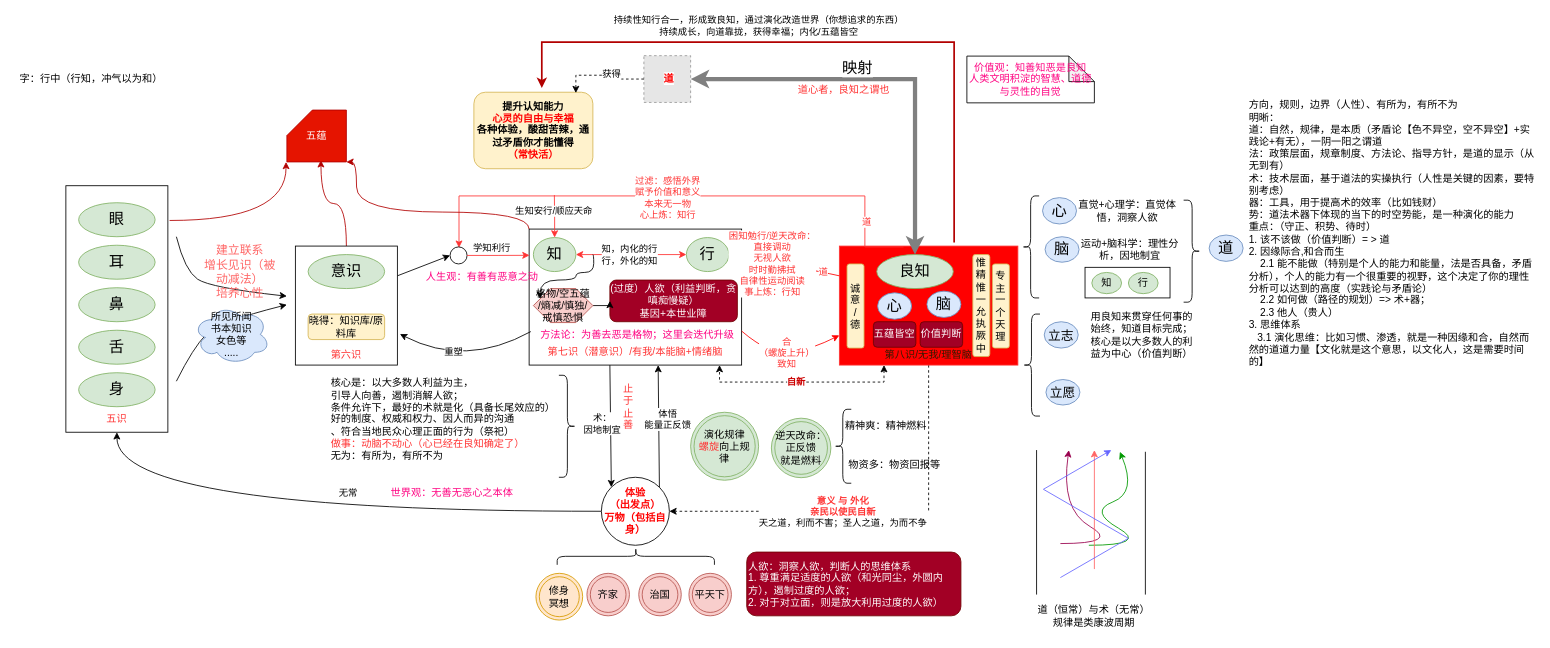
This is page "良知" (1 of 2) of xinxue.drawio from kason-huang/DrawIO, a draw.io file, before an edit. Source tidied: cells renumbered, new cells numbered last; positions are measured from the earlier drawing's top-left corner, leaving out a move shared by most shapes. Both pictures are drawn from the tidied source at 85%, with x=0, y=0 at pixel (14, 42). Pictures stored in the file or linked from it are replaced by grey dashed boxes.
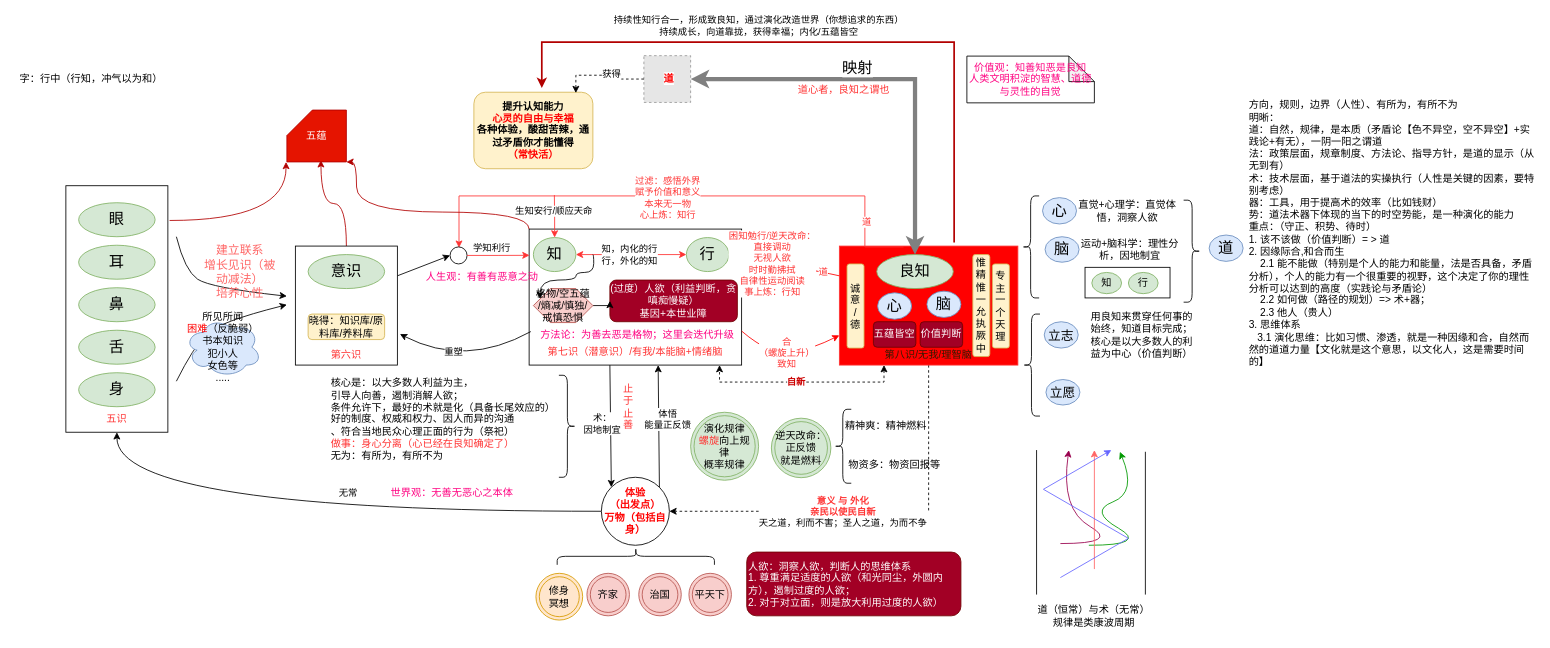
After the change.

Diff of the diagram source:
```diff
@@
-    <mxCell id="24" value="晓得：知识库/原料库" style="rounded=1;whiteSpace=wrap;html=1;fillColor=#fff2cc;strokeColor=#d6b656;" parent="1" vertex="1">
+    <mxCell id="24" value="晓得：知识库/原料库/养料库" style="rounded=1;whiteSpace=wrap;html=1;fillColor=#fff2cc;strokeColor=#d6b656;" parent="1" vertex="1">
       <mxGeometry x="345" y="320" width="90" height="30" as="geometry" />
     </mxCell>
@@
-    <mxCell id="45" value="所见所闻&lt;br&gt;书本知识&lt;br&gt;女色等&lt;br&gt;....." style="ellipse;shape=cloud;whiteSpace=wrap;html=1;fillColor=#dae8fc;strokeColor=#6c8ebf;" parent="1" vertex="1">
-      <mxGeometry x="210" y="309" width="90" height="70" as="geometry" />
+    <mxCell id="45" value="所见所闻&lt;br&gt;&lt;font color=&quot;#ff0000&quot;&gt;困难&lt;/font&gt;（反脆弱）&lt;br&gt;&lt;div&gt;书本知识&lt;br&gt;犯小人&lt;/div&gt;&lt;div&gt;女色等&lt;br&gt;.....&lt;/div&gt;" style="ellipse;shape=cloud;whiteSpace=wrap;html=1;fillColor=#dae8fc;strokeColor=#6c8ebf;" parent="1" vertex="1">
+      <mxGeometry x="200" y="324" width="90" height="70" as="geometry" />
     </mxCell>
@@
-    <mxCell id="77" value="核心是：以大多数人利益为主，&lt;br&gt;引导人向善，遏制消解人欲；&lt;br&gt;条件允许下，最好的术就是化（具备长尾效应的）&lt;br&gt;好的制度、权威和权力、因人而异的沟通&lt;br&gt;、符合当地民众心理正面的行为（祭祀）&lt;br&gt;&lt;font color=&quot;#ff3333&quot;&gt;做事：动脑不动心（心已经在良知确定了）&lt;br&gt;&lt;/font&gt;无为：有所为，有所不为&lt;font color=&quot;#ff3333&quot;&gt;&lt;br&gt;&lt;/font&gt;" style="text;html=1;align=left;verticalAlign=middle;strokeColor=none;fillColor=none;" parent="1" vertex="1">
+    <mxCell id="77" value="核心是：以大多数人利益为主，&lt;br&gt;引导人向善，遏制消解人欲；&lt;br&gt;条件允许下，最好的术就是化（具备长尾效应的）&lt;br&gt;好的制度、权威和权力、因人而异的沟通&lt;br&gt;、符合当地民众心理正面的行为（祭祀）&lt;br&gt;&lt;font color=&quot;#ff3333&quot;&gt;做事：身心分离（心已经在良知确定了）&lt;br&gt;&lt;/font&gt;无为：有所为，有所不为&lt;font color=&quot;#ff3333&quot;&gt;&lt;br&gt;&lt;/font&gt;" style="text;html=1;align=left;verticalAlign=middle;strokeColor=none;fillColor=none;" parent="1" vertex="1">
       <mxGeometry x="370" y="389" width="290" height="110" as="geometry" />
     </mxCell>
@@
-    <mxCell id="104" value="演化规律&lt;br&gt;&lt;font color=&quot;#ff3333&quot;&gt;螺旋&lt;/font&gt;向上规律" style="ellipse;shape=doubleEllipse;whiteSpace=wrap;html=1;fillColor=#d5e8d4;strokeColor=#82b366;" parent="1" vertex="1">
+    <mxCell id="104" value="演化规律&lt;br&gt;&lt;font color=&quot;#ff3333&quot;&gt;螺旋&lt;/font&gt;向上规律&lt;div&gt;概率规律&lt;/div&gt;" style="ellipse;shape=doubleEllipse;whiteSpace=wrap;html=1;fillColor=#d5e8d4;strokeColor=#82b366;" parent="1" vertex="1">
       <mxGeometry x="795" y="435.5" width="80" height="80" as="geometry" />
     </mxCell>
```
